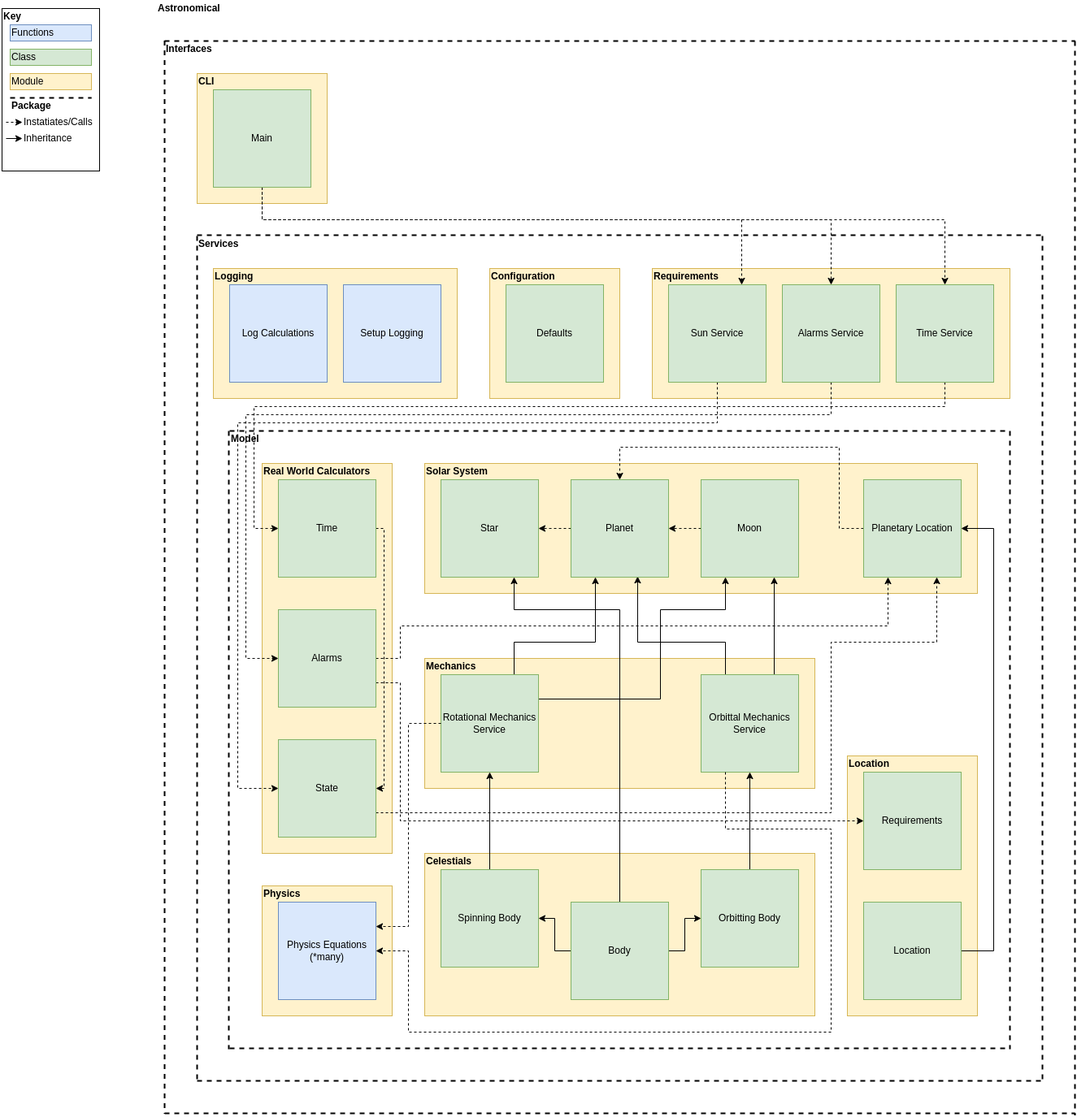
This is img/full_design.png from TheOrganist24/Astronomical, a draw.io export, as it was before one commit. Source tidied: cells renumbered, new cells last; positions are measured from the earlier drawing's top-left corner, leaving out a move shared by most shapes.
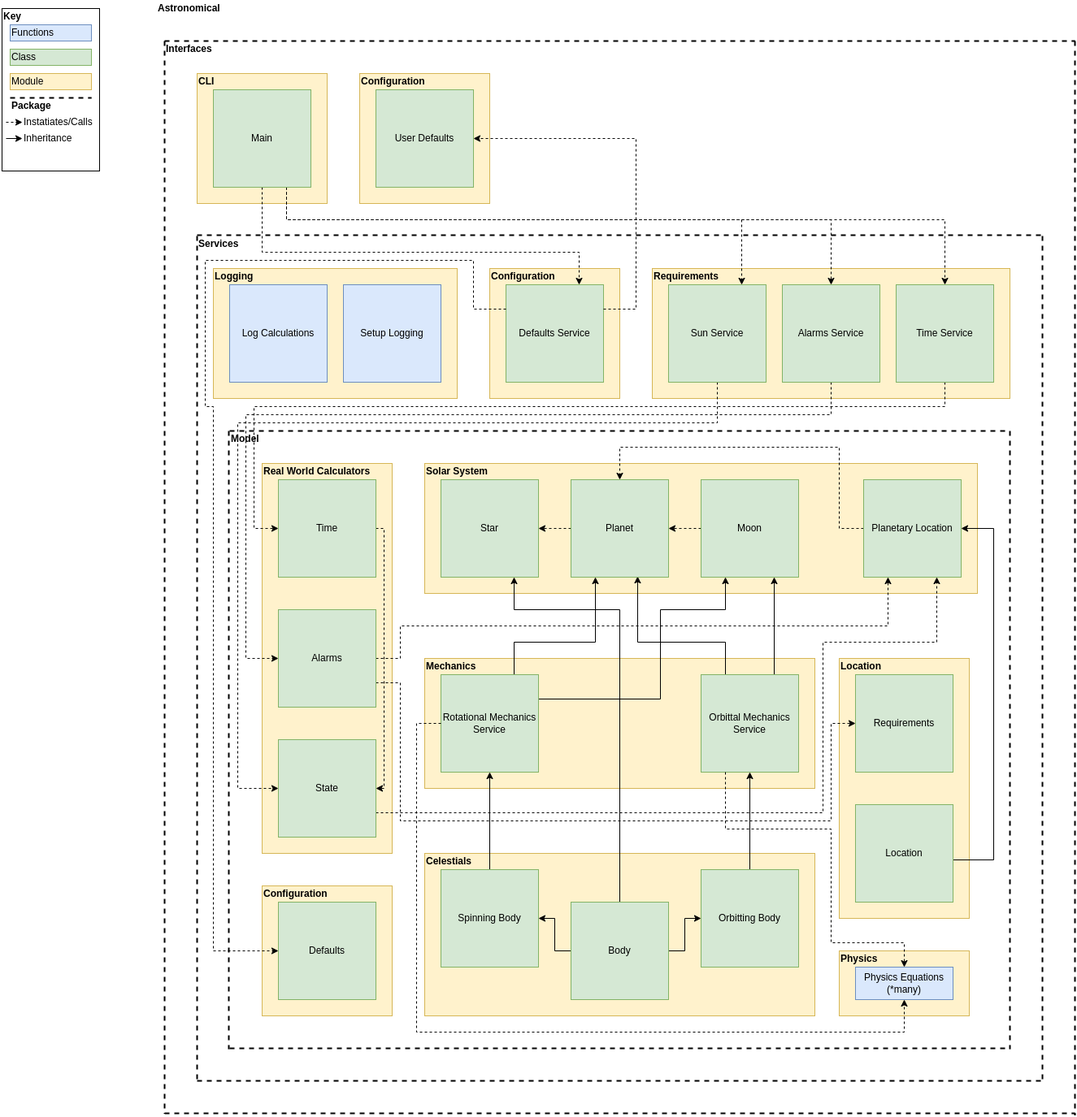
After the commit.

Commit message:
DOCS: Add OOP design for defaults and config

Change to the diagram source:
```diff
@@ -9,7 +9,7 @@
       <mxGeometry x="320" y="570" width="160" height="480" as="geometry" />
     </mxCell>
     <mxCell id="4" style="rounded=0;whiteSpace=wrap;html=1;fillColor=#fff2cc;strokeColor=#d6b656;" parent="1" vertex="1">
-      <mxGeometry x="1040" y="930" width="160" height="320" as="geometry" />
+      <mxGeometry x="1030" y="810" width="160" height="320" as="geometry" />
     </mxCell>
     <mxCell id="5" style="rounded=0;whiteSpace=wrap;html=1;fillColor=#fff2cc;strokeColor=#d6b656;" parent="1" vertex="1">
       <mxGeometry x="520" y="1050" width="480" height="200" as="geometry" />
@@ -83,16 +83,16 @@
     <mxCell id="21" value="Orbittal Mechanics Service" style="rounded=0;whiteSpace=wrap;html=1;fillColor=#d5e8d4;strokeColor=#82b366;" parent="1" vertex="1">
       <mxGeometry x="860" y="830" width="120" height="120" as="geometry" />
     </mxCell>
-    <mxCell id="22" style="edgeStyle=orthogonalEdgeStyle;rounded=0;jettySize=auto;html=1;" parent="1" edge="1" source="23" target="25">
+    <mxCell id="22" style="edgeStyle=orthogonalEdgeStyle;rounded=0;jettySize=auto;html=1;exitX=0.992;exitY=0.567;exitDx=0;exitDy=0;exitPerimeter=0;" parent="1" edge="1" source="23" target="25">
       <mxGeometry relative="1" as="geometry">
         <Array as="points">
-          <mxPoint x="1220" y="1170" />
+          <mxPoint x="1220" y="1058" />
           <mxPoint x="1220" y="650" />
         </Array>
       </mxGeometry>
     </mxCell>
     <mxCell id="23" value="Location" style="rounded=0;whiteSpace=wrap;html=1;fillColor=#d5e8d4;strokeColor=#82b366;" parent="1" vertex="1">
-      <mxGeometry x="1060" y="1110" width="120" height="120" as="geometry" />
+      <mxGeometry x="1050" y="990" width="120" height="120" as="geometry" />
     </mxCell>
     <mxCell id="24" style="edgeStyle=orthogonalEdgeStyle;rounded=0;jettySize=auto;html=1;entryX=0.5;entryY=0;entryDx=0;entryDy=0;dashed=1;" parent="1" edge="1" source="25" target="31">
       <mxGeometry relative="1" as="geometry">
@@ -140,22 +140,21 @@
       <mxGeometry x="280" y="530" width="80" height="20" as="geometry" />
     </mxCell>
     <mxCell id="36" style="rounded=0;whiteSpace=wrap;html=1;fillColor=#fff2cc;strokeColor=#d6b656;" parent="1" vertex="1">
-      <mxGeometry x="320" y="1090" width="160" height="160" as="geometry" />
+      <mxGeometry x="1030" y="1170" width="160" height="80" as="geometry" />
     </mxCell>
     <mxCell id="37" value="Physics Equations&lt;br&gt;(*many)" style="rounded=0;whiteSpace=wrap;html=1;fillColor=#dae8fc;strokeColor=#6c8ebf;" parent="1" vertex="1">
-      <mxGeometry x="340" y="1110" width="120" height="120" as="geometry" />
+      <mxGeometry x="1050" y="1190" width="120" height="40" as="geometry" />
     </mxCell>
     <mxCell id="38" value="&lt;b&gt;Physics&lt;/b&gt;" style="text;html=1;strokeColor=none;fillColor=none;align=left;verticalAlign=middle;whiteSpace=wrap;rounded=0;" parent="1" vertex="1">
-      <mxGeometry x="320" y="1090" width="80" height="20" as="geometry" />
+      <mxGeometry x="1030" y="1170" width="80" height="20" as="geometry" />
     </mxCell>
-    <mxCell id="39" style="edgeStyle=orthogonalEdgeStyle;rounded=0;jettySize=auto;html=1;entryX=1;entryY=0.5;entryDx=0;entryDy=0;dashed=1;strokeWidth=1;exitX=0.25;exitY=1;exitDx=0;exitDy=0;" parent="1" edge="1" source="21" target="37">
+    <mxCell id="39" style="edgeStyle=orthogonalEdgeStyle;rounded=0;jettySize=auto;html=1;entryX=1;entryY=1;entryDx=0;entryDy=0;dashed=1;strokeWidth=1;exitX=0.25;exitY=1;exitDx=0;exitDy=0;" parent="1" edge="1" source="21" target="38">
       <mxGeometry relative="1" as="geometry">
         <Array as="points">
           <mxPoint x="890" y="1020" />
           <mxPoint x="1020" y="1020" />
-          <mxPoint x="1020" y="1270" />
-          <mxPoint x="500" y="1270" />
-          <mxPoint x="500" y="1170" />
+          <mxPoint x="1020" y="1160" />
+          <mxPoint x="1110" y="1160" />
         </Array>
       </mxGeometry>
     </mxCell>
@@ -261,7 +260,7 @@
     <mxCell id="64" value="&lt;b&gt;Configuration&lt;/b&gt;" style="text;html=1;strokeColor=none;fillColor=none;align=left;verticalAlign=middle;whiteSpace=wrap;rounded=0;" parent="1" vertex="1">
       <mxGeometry x="600" y="330" width="80" height="20" as="geometry" />
     </mxCell>
-    <mxCell id="65" value="Defaults" style="rounded=0;whiteSpace=wrap;html=1;fillColor=#d5e8d4;strokeColor=#82b366;" parent="1" vertex="1">
+    <mxCell id="65" value="Defaults Service" style="rounded=0;whiteSpace=wrap;html=1;fillColor=#d5e8d4;strokeColor=#82b366;" parent="1" vertex="1">
       <mxGeometry x="620" y="350" width="120" height="120" as="geometry" />
     </mxCell>
     <mxCell id="66" style="endArrow=none;dashed=1;html=1;rounded=0;strokeWidth=2;" parent="1" edge="1">
@@ -279,41 +278,50 @@
     <mxCell id="69" value="&lt;b&gt;CLI&lt;/b&gt;" style="text;html=1;strokeColor=none;fillColor=none;align=left;verticalAlign=middle;whiteSpace=wrap;rounded=0;" parent="1" vertex="1">
       <mxGeometry x="240" y="90" width="80" height="20" as="geometry" />
     </mxCell>
-    <mxCell id="70" style="edgeStyle=orthogonalEdgeStyle;rounded=0;jettySize=auto;html=1;exitX=0.5;exitY=1;exitDx=0;exitDy=0;entryX=0.5;entryY=0;entryDx=0;entryDy=0;dashed=1;" parent="1" edge="1" source="73" target="55">
+    <mxCell id="70" style="edgeStyle=orthogonalEdgeStyle;rounded=0;jettySize=auto;html=1;exitX=0.75;exitY=1;exitDx=0;exitDy=0;entryX=0.5;entryY=0;entryDx=0;entryDy=0;dashed=1;" parent="1" edge="1" source="73" target="55">
       <mxGeometry relative="1" as="geometry">
         <Array as="points">
-          <mxPoint x="320" y="270" />
+          <mxPoint x="350" y="270" />
           <mxPoint x="1160" y="270" />
         </Array>
       </mxGeometry>
     </mxCell>
-    <mxCell id="71" style="edgeStyle=orthogonalEdgeStyle;rounded=0;jettySize=auto;html=1;exitX=0.5;exitY=1;exitDx=0;exitDy=0;dashed=1;" parent="1" edge="1" source="73" target="57">
+    <mxCell id="71" style="edgeStyle=orthogonalEdgeStyle;rounded=0;jettySize=auto;html=1;exitX=0.75;exitY=1;exitDx=0;exitDy=0;dashed=1;" parent="1" edge="1" source="73" target="57">
       <mxGeometry relative="1" as="geometry">
         <Array as="points">
-          <mxPoint x="320" y="270" />
+          <mxPoint x="350" y="270" />
           <mxPoint x="1020" y="270" />
         </Array>
       </mxGeometry>
     </mxCell>
-    <mxCell id="72" style="edgeStyle=orthogonalEdgeStyle;rounded=0;jettySize=auto;html=1;exitX=0.5;exitY=1;exitDx=0;exitDy=0;entryX=0.75;entryY=0;entryDx=0;entryDy=0;dashed=1;" parent="1" edge="1" source="73" target="54">
+    <mxCell id="72" style="edgeStyle=orthogonalEdgeStyle;rounded=0;jettySize=auto;html=1;exitX=0.75;exitY=1;exitDx=0;exitDy=0;entryX=0.75;entryY=0;entryDx=0;entryDy=0;dashed=1;" parent="1" edge="1" source="73" target="54">
       <mxGeometry relative="1" as="geometry">
         <Array as="points">
-          <mxPoint x="320" y="270" />
+          <mxPoint x="350" y="270" />
           <mxPoint x="910" y="270" />
         </Array>
       </mxGeometry>
     </mxCell>
+    <mxCell id="96" style="edgeStyle=orthogonalEdgeStyle;rounded=0;jettySize=auto;html=1;exitX=0.5;exitY=1;exitDx=0;exitDy=0;entryX=0.75;entryY=0;entryDx=0;entryDy=0;dashed=1;" parent="1" edge="1" source="73" target="65">
+      <mxGeometry relative="1" as="geometry">
+        <Array as="points">
+          <mxPoint x="320" y="310" />
+          <mxPoint x="710" y="310" />
+        </Array>
+      </mxGeometry>
+    </mxCell>
     <mxCell id="73" value="Main" style="rounded=0;whiteSpace=wrap;html=1;fillColor=#d5e8d4;strokeColor=#82b366;" parent="1" vertex="1">
       <mxGeometry x="260" y="110" width="120" height="120" as="geometry" />
     </mxCell>
     <mxCell id="74" value="&lt;b&gt;Location&lt;/b&gt;" style="text;html=1;strokeColor=none;fillColor=none;align=left;verticalAlign=middle;whiteSpace=wrap;rounded=0;" parent="1" vertex="1">
-      <mxGeometry x="1040" y="930" width="80" height="20" as="geometry" />
+      <mxGeometry x="1030" y="810" width="80" height="20" as="geometry" />
     </mxCell>
-    <mxCell id="75" style="edgeStyle=orthogonalEdgeStyle;rounded=0;jettySize=auto;html=1;exitX=0;exitY=0.5;exitDx=0;exitDy=0;strokeWidth=1;dashed=1;entryX=1;entryY=0.25;entryDx=0;entryDy=0;" parent="1" edge="1" source="18" target="37">
+    <mxCell id="75" style="edgeStyle=orthogonalEdgeStyle;rounded=0;jettySize=auto;html=1;exitX=0;exitY=0.5;exitDx=0;exitDy=0;strokeWidth=1;dashed=1;entryX=0.5;entryY=1;entryDx=0;entryDy=0;" parent="1" edge="1" source="18" target="37">
       <mxGeometry relative="1" as="geometry">
         <Array as="points">
-          <mxPoint x="500" y="890" />
-          <mxPoint x="500" y="1140" />
+          <mxPoint x="510" y="890" />
+          <mxPoint x="510" y="1270" />
+          <mxPoint x="1110" y="1270" />
         </Array>
       </mxGeometry>
     </mxCell>
@@ -361,8 +369,8 @@
     </mxCell>
     <mxCell id="83" style="endArrow=none;dashed=1;html=1;rounded=0;strokeWidth=2;" parent="1" edge="1">
       <mxGeometry relative="1" as="geometry">
-        <mxPoint x="200" y="49.5" as="sourcePoint" />
-        <mxPoint x="200" y="1370" as="targetPoint" />
+        <mxPoint x="200" y="50" as="sourcePoint" />
+        <mxPoint x="200" y="1370.5" as="targetPoint" />
       </mxGeometry>
     </mxCell>
     <mxCell id="84" style="endArrow=none;dashed=1;html=1;rounded=0;strokeWidth=2;" parent="1" edge="1">
@@ -397,6 +405,8 @@
         <Array as="points">
           <mxPoint x="490" y="840" />
           <mxPoint x="490" y="1010" />
+          <mxPoint x="1020" y="1010" />
+          <mxPoint x="1020" y="890" />
         </Array>
       </mxGeometry>
     </mxCell>
@@ -417,8 +427,8 @@
     <mxCell id="93" style="edgeStyle=orthogonalEdgeStyle;rounded=0;jettySize=auto;html=1;exitX=1;exitY=0.75;exitDx=0;exitDy=0;entryX=0.75;entryY=1;entryDx=0;entryDy=0;dashed=1;" parent="1" edge="1" source="94" target="25">
       <mxGeometry relative="1" as="geometry">
         <Array as="points">
-          <mxPoint x="1020" y="1000" />
-          <mxPoint x="1020" y="790" />
+          <mxPoint x="1010" y="1000" />
+          <mxPoint x="1010" y="790" />
           <mxPoint x="1150" y="790" />
         </Array>
       </mxGeometry>
@@ -427,7 +437,45 @@
       <mxGeometry x="340" y="910" width="120" height="120" as="geometry" />
     </mxCell>
     <mxCell id="95" value="Requirements" style="rounded=0;whiteSpace=wrap;html=1;fillColor=#d5e8d4;strokeColor=#82b366;" parent="1" vertex="1">
-      <mxGeometry x="1060" y="950" width="120" height="120" as="geometry" />
+      <mxGeometry x="1050" y="830" width="120" height="120" as="geometry" />
     </mxCell>
+    <mxCell id="97" style="rounded=0;whiteSpace=wrap;html=1;fillColor=#fff2cc;strokeColor=#d6b656;" parent="1" vertex="1">
+      <mxGeometry x="440" y="90" width="160" height="160" as="geometry" />
+    </mxCell>
+    <mxCell id="98" value="&lt;b&gt;Configuration&lt;/b&gt;" style="text;html=1;strokeColor=none;fillColor=none;align=left;verticalAlign=middle;whiteSpace=wrap;rounded=0;" parent="1" vertex="1">
+      <mxGeometry x="440" y="90" width="80" height="20" as="geometry" />
+    </mxCell>
+    <mxCell id="99" value="User Defaults" style="rounded=0;whiteSpace=wrap;html=1;fillColor=#d5e8d4;strokeColor=#82b366;" parent="1" vertex="1">
+      <mxGeometry x="460" y="110" width="120" height="120" as="geometry" />
+    </mxCell>
+    <mxCell id="100" style="rounded=0;whiteSpace=wrap;html=1;fillColor=#fff2cc;strokeColor=#d6b656;" parent="1" vertex="1">
+      <mxGeometry x="320" y="1090" width="160" height="160" as="geometry" />
+    </mxCell>
+    <mxCell id="101" value="&lt;b&gt;Configuration&lt;/b&gt;" style="text;html=1;strokeColor=none;fillColor=none;align=left;verticalAlign=middle;whiteSpace=wrap;rounded=0;" parent="1" vertex="1">
+      <mxGeometry x="320" y="1090" width="80" height="20" as="geometry" />
+    </mxCell>
+    <mxCell id="102" value="Defaults" style="rounded=0;whiteSpace=wrap;html=1;fillColor=#d5e8d4;strokeColor=#82b366;" parent="1" vertex="1">
+      <mxGeometry x="340" y="1110" width="120" height="120" as="geometry" />
+    </mxCell>
+    <mxCell id="103" style="edgeStyle=orthogonalEdgeStyle;rounded=0;jettySize=auto;html=1;exitX=1;exitY=0.25;exitDx=0;exitDy=0;entryX=1;entryY=0.5;entryDx=0;entryDy=0;dashed=1;" parent="1" edge="1" source="65" target="99">
+      <mxGeometry relative="1" as="geometry">
+        <Array as="points">
+          <mxPoint x="780" y="380" />
+          <mxPoint x="780" y="170" />
+        </Array>
+      </mxGeometry>
+    </mxCell>
+    <mxCell id="104" style="edgeStyle=orthogonalEdgeStyle;rounded=0;jettySize=auto;html=1;exitX=0;exitY=0.25;exitDx=0;exitDy=0;dashed=1;entryX=0;entryY=0.5;entryDx=0;entryDy=0;" parent="1" edge="1" source="65" target="102">
+      <mxGeometry relative="1" as="geometry">
+        <Array as="points">
+          <mxPoint x="580" y="380" />
+          <mxPoint x="580" y="320" />
+          <mxPoint x="250" y="320" />
+          <mxPoint x="250" y="500" />
+          <mxPoint x="260" y="500" />
+          <mxPoint x="260" y="1170" />
+        </Array>
+      </mxGeometry>
+    </mxCell>
   </root>
 </mxGraphModel>
```
